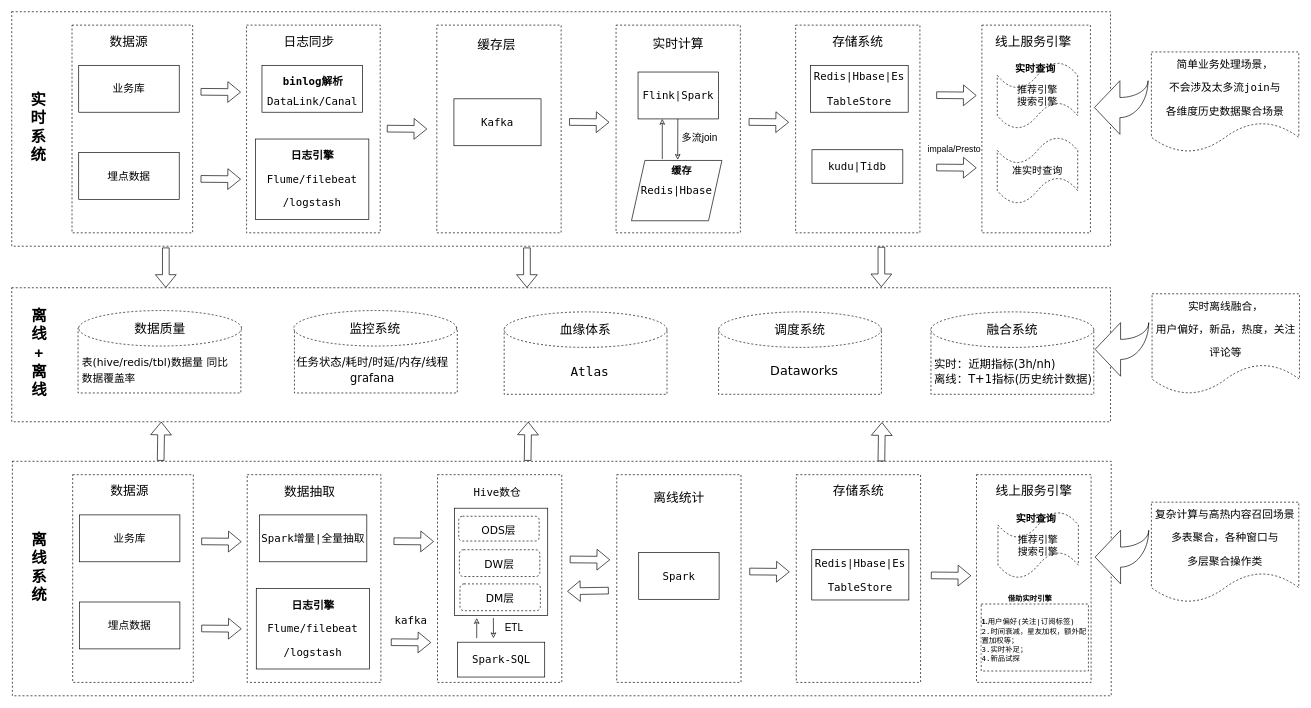
This is Untitled Diagram.drawio from yanshenliang/yanshenliang.github.io, a draw.io file, before an edit. Source tidied: cells renumbered, new cells numbered last; positions are measured from the earlier drawing's top-left corner, leaving out a move shared by most shapes. Both pictures are drawn from the tidied source at 67%, with x=0, y=0 at pixel (11, 11).
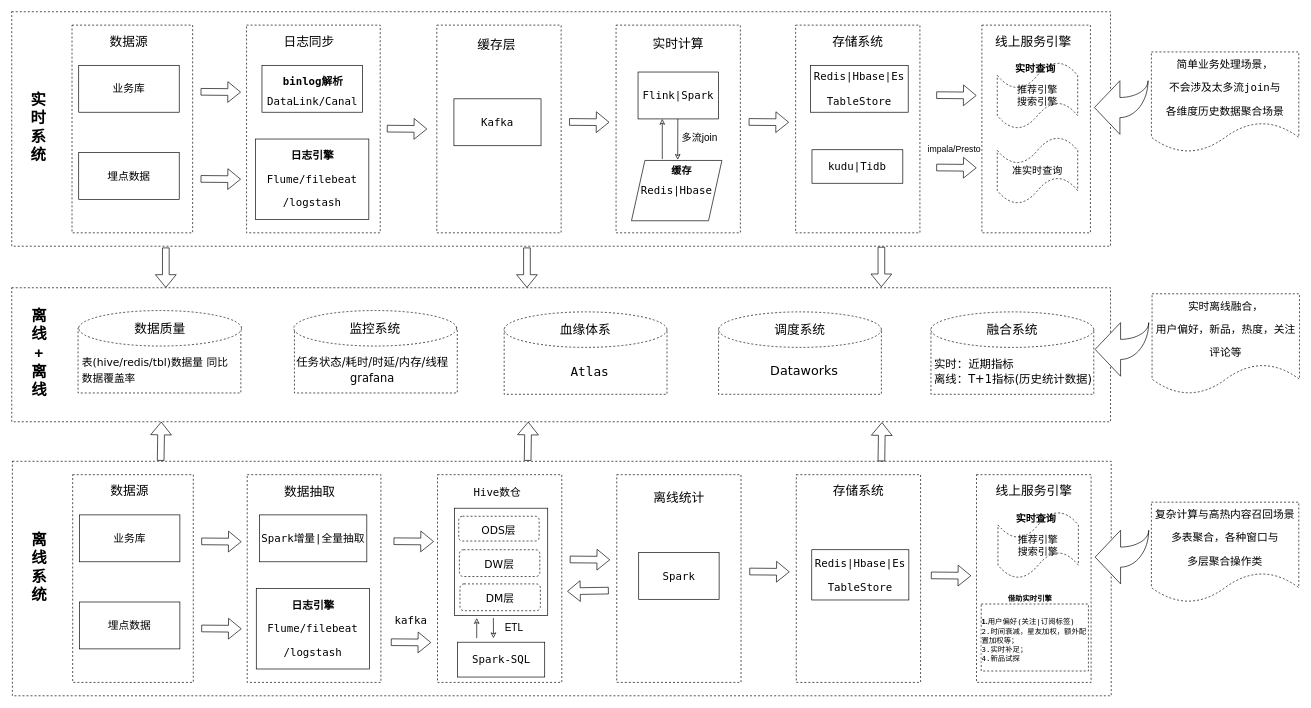
Above is the later version.

What changed in the source:
```diff
@@
-    <mxCell id="93" value="&lt;font style=&quot;font-size: 17px&quot;&gt;实时：近期指标(3h/nh)&lt;br&gt;离线：T+1指标(历史统计数据)&lt;/font&gt;" style="text;html=1;strokeColor=none;fillColor=none;align=left;verticalAlign=middle;whiteSpace=wrap;rounded=0;shadow=0;dashed=1;sketch=0;fontFamily=Verdana;fontSize=19;" parent="1" vertex="1">
+    <mxCell id="93" value="&lt;font style=&quot;font-size: 17px&quot;&gt;实时：近期指标&lt;br&gt;离线：T+1指标(历史统计数据)&lt;/font&gt;" style="text;html=1;strokeColor=none;fillColor=none;align=left;verticalAlign=middle;whiteSpace=wrap;rounded=0;shadow=0;dashed=1;sketch=0;fontFamily=Verdana;fontSize=19;" parent="1" vertex="1">
       <mxGeometry x="1375" y="511" width="240" height="50" as="geometry" />
     </mxCell>
```
